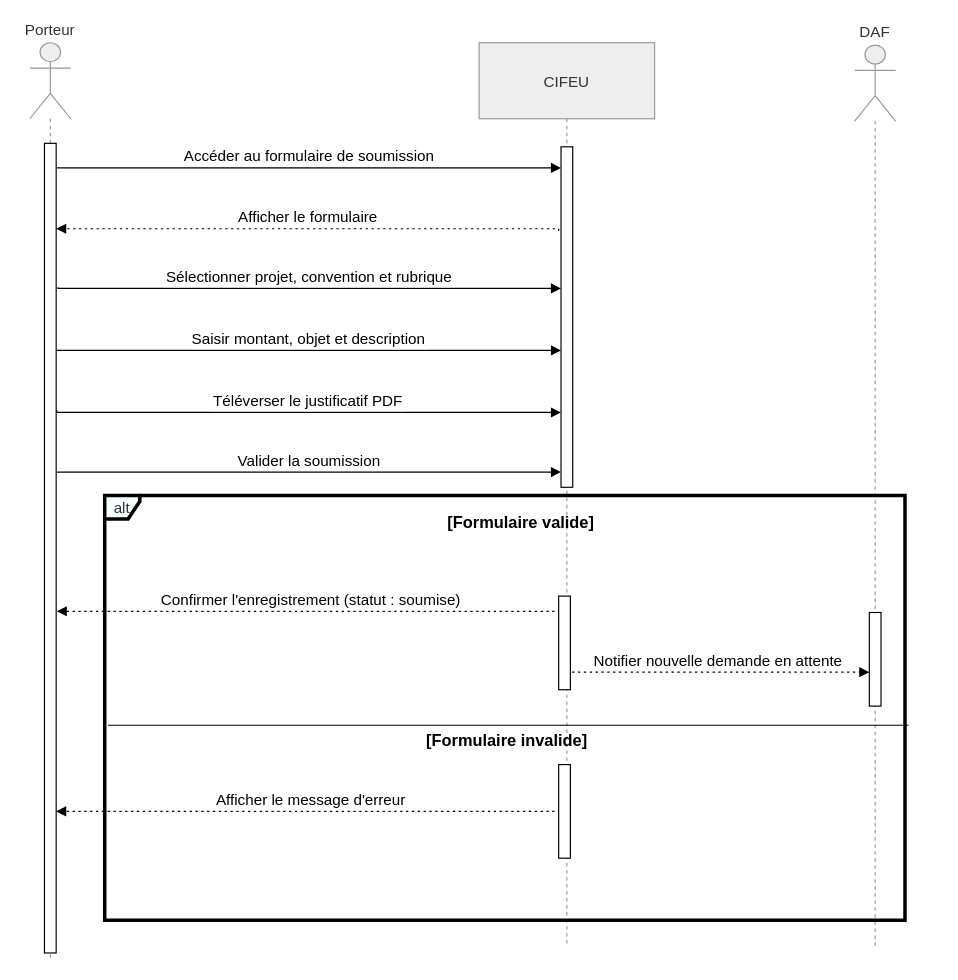
The draw.io diagram rapport/graphe/sequence/Soumettre une demande de dépense.drawio in CheickOuedraogo/stage, before the edit. Source tidied: cells renumbered, new cells numbered last; positions are measured from the earlier drawing's top-left corner, leaving out a move shared by most shapes. Both pictures are drawn from the tidied source at 117%, with x=0, y=0 at pixel (29, 42).
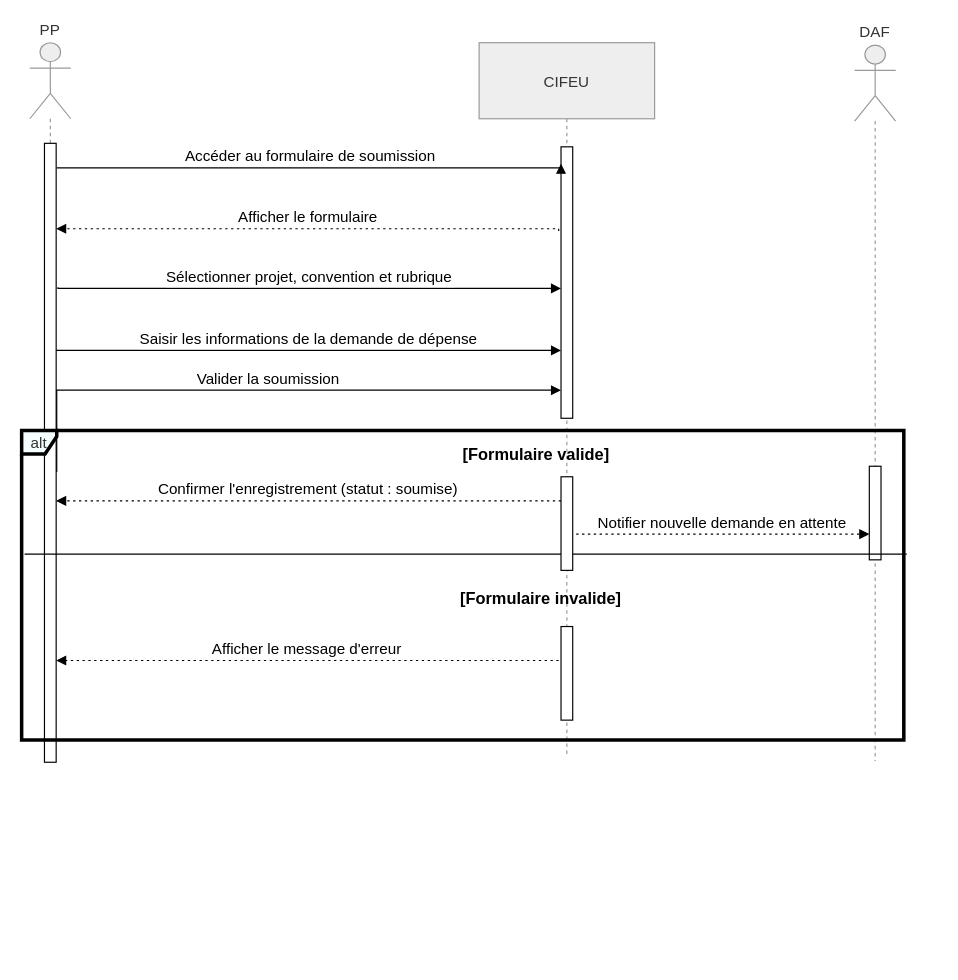
After the change.

Change to the diagram source:
```diff
@@
-    <mxCell id="2" value="Porteur" style="shape=umlLifeline;perimeter=lifelinePerimeter;whiteSpace=wrap;newEdgeStyle={&quot;edgeStyle&quot;:&quot;elbowEdgeStyle&quot;,&quot;elbow&quot;:&quot;vertical&quot;,&quot;curved&quot;:0,&quot;rounded&quot;:0};participant=umlActor;verticalAlign=bottom;labelPosition=center;verticalLabelPosition=top;align=center;size=65;fillColor=light-dark(#eeeeee,#1f2020);strokeColor=light-dark(#999999,#cccccc);fontColor=light-dark(#333333,#cccccc);fontSize=13;" parent="1" vertex="1">
-      <mxGeometry width="35" height="784" as="geometry" />
+    <mxCell id="2" value="PP" style="shape=umlLifeline;perimeter=lifelinePerimeter;whiteSpace=wrap;newEdgeStyle={&quot;edgeStyle&quot;:&quot;elbowEdgeStyle&quot;,&quot;elbow&quot;:&quot;vertical&quot;,&quot;curved&quot;:0,&quot;rounded&quot;:0};participant=umlActor;verticalAlign=bottom;labelPosition=center;verticalLabelPosition=top;align=center;size=65;fillColor=light-dark(#eeeeee,#1f2020);strokeColor=light-dark(#999999,#cccccc);fontColor=light-dark(#333333,#cccccc);fontSize=13;" parent="1" vertex="1">
+      <mxGeometry width="35" height="616" as="geometry" />
     </mxCell>
     <mxCell id="3" style="html=1;points=[[0,0,0,0,5],[0,1,0,0,-5],[1,0,0,0,5],[1,1,0,0,-5]];perimeter=orthogonalPerimeter;outlineConnect=0;targetShapes=umlLifeline;portConstraint=eastwest;newEdgeStyle={&quot;curved&quot;:0,&quot;rounded&quot;:0};fontSize=13;" parent="2" vertex="1">
-      <mxGeometry x="12.5" y="86" width="10" height="692" as="geometry" />
+      <mxGeometry x="12.5" y="86" width="10" height="529" as="geometry" />
     </mxCell>
     <mxCell id="4" value="CIFEU" style="shape=umlLifeline;perimeter=lifelinePerimeter;whiteSpace=wrap;outlineConnect=0;portConstraint=eastwest;newEdgeStyle={&quot;edgeStyle&quot;:&quot;elbowEdgeStyle&quot;,&quot;elbow&quot;:&quot;vertical&quot;,&quot;curved&quot;:0,&quot;rounded&quot;:0};size=65;fillColor=light-dark(#eeeeee,#1f2020);strokeColor=light-dark(#999999,#cccccc);fontColor=light-dark(#333333,#cccccc);fontSize=13;" parent="1" vertex="1">
-      <mxGeometry x="384" width="150" height="772" as="geometry" />
+      <mxGeometry x="384" width="150" height="610" as="geometry" />
     </mxCell>
     <mxCell id="5" style="html=1;points=[[0,0,0,0,5],[0,1,0,0,-5],[1,0,0,0,5],[1,1,0,0,-5]];perimeter=orthogonalPerimeter;outlineConnect=0;targetShapes=umlLifeline;portConstraint=eastwest;newEdgeStyle={&quot;curved&quot;:0,&quot;rounded&quot;:0};fontSize=13;" parent="4" vertex="1">
-      <mxGeometry x="70" y="89" width="10" height="291" as="geometry" />
+      <mxGeometry x="70" y="89" width="10" height="232" as="geometry" />
     </mxCell>
     <mxCell id="6" value="DAF" style="shape=umlLifeline;perimeter=lifelinePerimeter;whiteSpace=wrap;newEdgeStyle={&quot;edgeStyle&quot;:&quot;elbowEdgeStyle&quot;,&quot;elbow&quot;:&quot;vertical&quot;,&quot;curved&quot;:0,&quot;rounded&quot;:0};participant=umlActor;verticalAlign=bottom;labelPosition=center;verticalLabelPosition=top;align=center;size=65;fillColor=light-dark(#eeeeee,#1f2020);strokeColor=light-dark(#999999,#cccccc);fontColor=light-dark(#333333,#cccccc);fontSize=13;" parent="1" vertex="1">
-      <mxGeometry x="705" y="2" width="35" height="772" as="geometry" />
+      <mxGeometry x="705" y="2" width="35" height="612" as="geometry" />
     </mxCell>
     <mxCell id="7" style="html=1;points=[[0,0,0,0,5],[0,1,0,0,-5],[1,0,0,0,5],[1,1,0,0,-5]];perimeter=orthogonalPerimeter;outlineConnect=0;targetShapes=umlLifeline;portConstraint=eastwest;newEdgeStyle={&quot;curved&quot;:0,&quot;rounded&quot;:0};fontSize=13;" parent="6" vertex="1">
-      <mxGeometry x="12.5" y="485" width="10" height="80" as="geometry" />
+      <mxGeometry x="12.5" y="360" width="10" height="80" as="geometry" />
     </mxCell>
     <mxCell id="8" value="alt" style="shape=umlFrame;strokeColor=#000000;height=20;width=30;fillColor=light-dark(#F6FFFF,#1F2020);fontColor=light-dark(#333333,#cccccc);strokeWidth=3;fontSize=13;" parent="1" vertex="1">
-      <mxGeometry x="64" y="387" width="684" height="363" as="geometry" />
+      <mxGeometry x="-7" y="331.5" width="754" height="264.5" as="geometry" />
     </mxCell>
     <mxCell id="9" style="shape=line;whiteSpace=wrap;verticalAlign=top;labelPosition=center;verticalLabelPosition=middle;align=center;strokeColor=#000000;fontSize=13;" parent="8" vertex="1">
-      <mxGeometry x="2.8" y="182" width="684" height="28.8" as="geometry" />
+      <mxGeometry x="2.5" y="95.1" width="754" height="21" as="geometry" />
     </mxCell>
@@
-    <mxCell id="13" value="Saisir montant, objet et description" style="verticalAlign=bottom;edgeStyle=elbowEdgeStyle;elbow=vertical;curved=0;rounded=0;endArrow=block;fontSize=13;" parent="1" edge="1" target="5">
+    <mxCell id="13" value="Saisir les informations de la demande de dépense" style="verticalAlign=bottom;edgeStyle=elbowEdgeStyle;elbow=vertical;curved=0;rounded=0;endArrow=block;fontSize=13;" parent="1" edge="1" target="5">
       <mxGeometry relative="1" as="geometry">
         <mxPoint x="22.5" y="263" as="sourcePoint" />
         <Array as="points">
           <mxPoint x="269.5" y="263" />
         </Array>
       </mxGeometry>
     </mxCell>
-    <mxCell id="14" value="Téléverser le justificatif PDF" style="verticalAlign=bottom;edgeStyle=elbowEdgeStyle;elbow=vertical;curved=0;rounded=0;endArrow=block;fontSize=13;" parent="1" edge="1" target="5">
-      <mxGeometry relative="1" as="geometry">
-        <mxPoint x="23" y="314" as="sourcePoint" />
-        <Array as="points">
-          <mxPoint x="262" y="316" />
-        </Array>
-      </mxGeometry>
-    </mxCell>
     <mxCell id="15" value="Valider la soumission" style="verticalAlign=bottom;edgeStyle=elbowEdgeStyle;elbow=vertical;curved=0;rounded=0;endArrow=block;fontSize=13;" parent="1" edge="1" target="5">
       <mxGeometry relative="1" as="geometry">
         <mxPoint x="23" y="367" as="sourcePoint" />
         <Array as="points">
+          <mxPoint x="354" y="297" />
           <mxPoint x="276" y="367" />
         </Array>
       </mxGeometry>
     </mxCell>
-    <mxCell id="16" value="Confirmer l'enregistrement (statut : soumise)" style="verticalAlign=bottom;edgeStyle=elbowEdgeStyle;elbow=vertical;curved=0;rounded=0;dashed=1;dashPattern=2 3;endArrow=block;fontSize=13;" parent="1" edge="1" source="4">
+    <mxCell id="16" value="Confirmer l'enregistrement (statut : soumise)" style="verticalAlign=bottom;edgeStyle=elbowEdgeStyle;elbow=vertical;curved=0;rounded=0;dashed=1;dashPattern=2 3;endArrow=block;fontSize=13;" parent="1" edge="1" target="3">
       <mxGeometry relative="1" as="geometry">
-        <mxPoint x="23" y="486" as="targetPoint" />
+        <mxPoint x="454" y="391.6" as="sourcePoint" />
         <Array as="points">
-          <mxPoint x="279" y="486" />
+          <mxPoint x="274.5" y="391.6" />
         </Array>
       </mxGeometry>
     </mxCell>
-    <mxCell id="17" value="Notifier nouvelle demande en attente" style="verticalAlign=bottom;edgeStyle=elbowEdgeStyle;elbow=vertical;curved=0;rounded=0;dashed=1;dashPattern=2 3;endArrow=block;fontSize=13;" parent="1" edge="1" source="4" target="7">
+    <mxCell id="17" value="Notifier nouvelle demande en attente" style="verticalAlign=bottom;edgeStyle=elbowEdgeStyle;elbow=vertical;curved=0;rounded=0;dashed=1;dashPattern=2 3;endArrow=block;fontSize=13;" parent="1" edge="1" target="7">
       <mxGeometry relative="1" as="geometry">
+        <mxPoint x="467" y="420" as="sourcePoint" />
         <Array as="points">
-          <mxPoint x="640" y="538" />
+          <mxPoint x="648.5" y="420" />
         </Array>
       </mxGeometry>
     </mxCell>
-    <mxCell id="18" value="Afficher le message d'erreur" style="verticalAlign=bottom;edgeStyle=elbowEdgeStyle;elbow=vertical;curved=0;rounded=0;dashed=1;dashPattern=2 3;endArrow=block;fontSize=13;" parent="1" edge="1" source="4" target="3">
+    <mxCell id="18" value="Afficher le message d'erreur" style="verticalAlign=bottom;edgeStyle=elbowEdgeStyle;elbow=vertical;curved=0;rounded=0;dashed=1;dashPattern=2 3;endArrow=block;fontSize=13;" parent="1" edge="1">
       <mxGeometry relative="1" as="geometry">
+        <mxPoint x="452" y="528" as="sourcePoint" />
+        <mxPoint x="22.5" y="528" as="targetPoint" />
         <Array as="points">
-          <mxPoint x="279" y="657" />
+          <mxPoint x="272.5" y="528" />
         </Array>
       </mxGeometry>
     </mxCell>
     <mxCell id="19" value="[Formulaire valide]" style="text;strokeColor=none;fillColor=none;align=center;verticalAlign=middle;whiteSpace=wrap;fontStyle=1;fontSize=14;" parent="1" vertex="1">
-      <mxGeometry x="87" y="400" width="666" height="20" as="geometry" />
+      <mxGeometry x="100" y="342" width="666" height="20" as="geometry" />
     </mxCell>
     <mxCell id="20" style="html=1;perimeter=orthogonalPerimeter;targetShapes=umlLifeline;newEdgeStyle={&quot;curved&quot;:0,&quot;rounded&quot;:0};fontSize=13;" parent="1" vertex="1">
-      <mxGeometry x="452" y="473" width="10" height="80" as="geometry" />
+      <mxGeometry x="454" y="371" width="10" height="80" as="geometry" />
     </mxCell>
     <mxCell id="21" style="html=1;perimeter=orthogonalPerimeter;targetShapes=umlLifeline;newEdgeStyle={&quot;curved&quot;:0,&quot;rounded&quot;:0};fontSize=13;" parent="1" vertex="1">
-      <mxGeometry x="452" y="617" width="10" height="80" as="geometry" />
+      <mxGeometry x="454" y="499" width="10" height="80" as="geometry" />
     </mxCell>
     <mxCell id="22" value="[Formulaire invalide]" style="text;strokeColor=none;fillColor=none;align=center;verticalAlign=middle;whiteSpace=wrap;fontStyle=1;fontSize=14;" parent="1" vertex="1">
-      <mxGeometry x="67.5" y="587" width="679.5" height="20" as="geometry" />
+      <mxGeometry x="97" y="465" width="679.5" height="20" as="geometry" />
     </mxCell>
```
